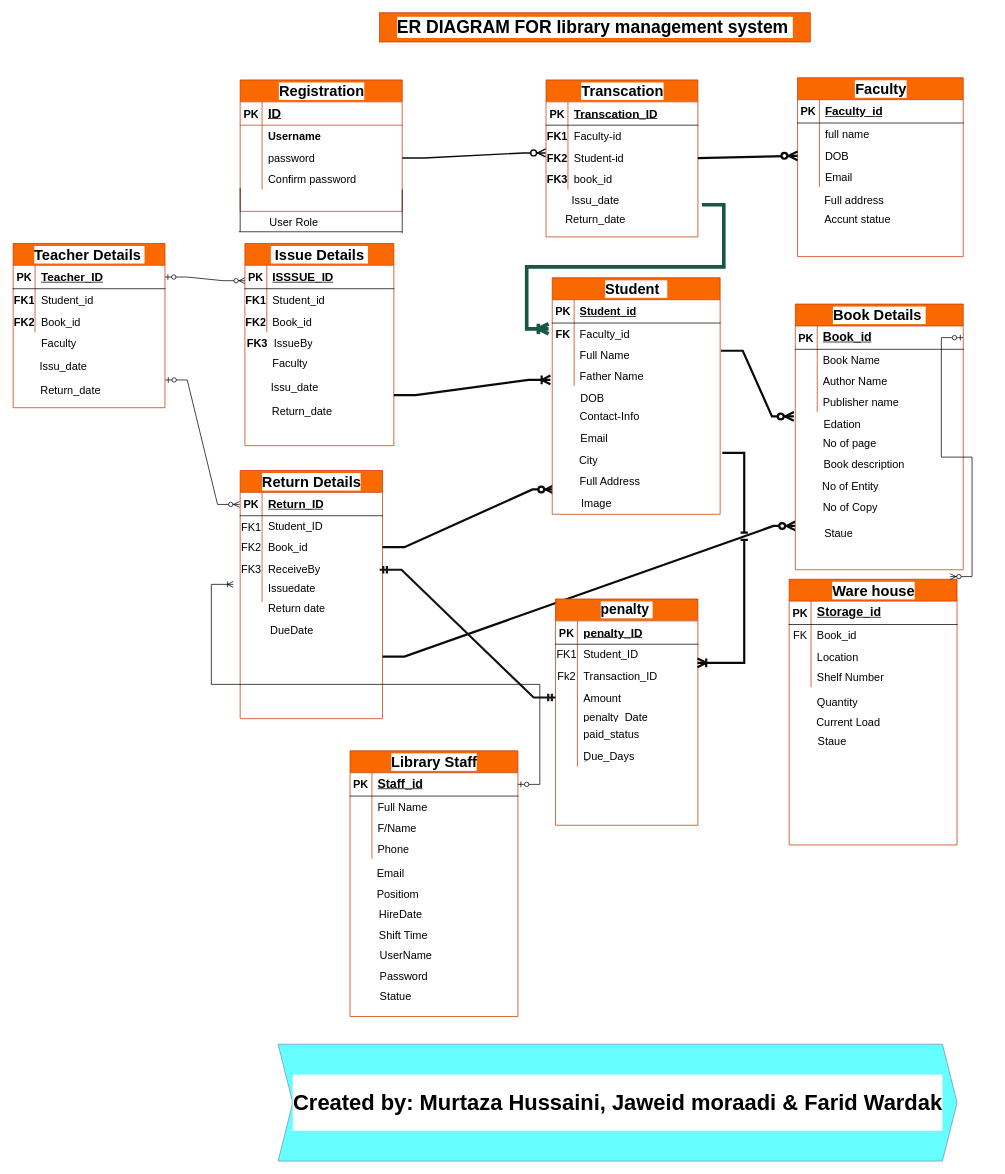
This is ER-Diagram-Library-management-System.drawio from hussaini021/Library_management, a draw.io file, before an edit. Source tidied: cells renumbered, new cells numbered last; positions are measured from the earlier drawing's top-left corner, leaving out a move shared by most shapes. Both pictures are drawn from the tidied source at 73%, with x=0, y=0 at pixel (12, 12).
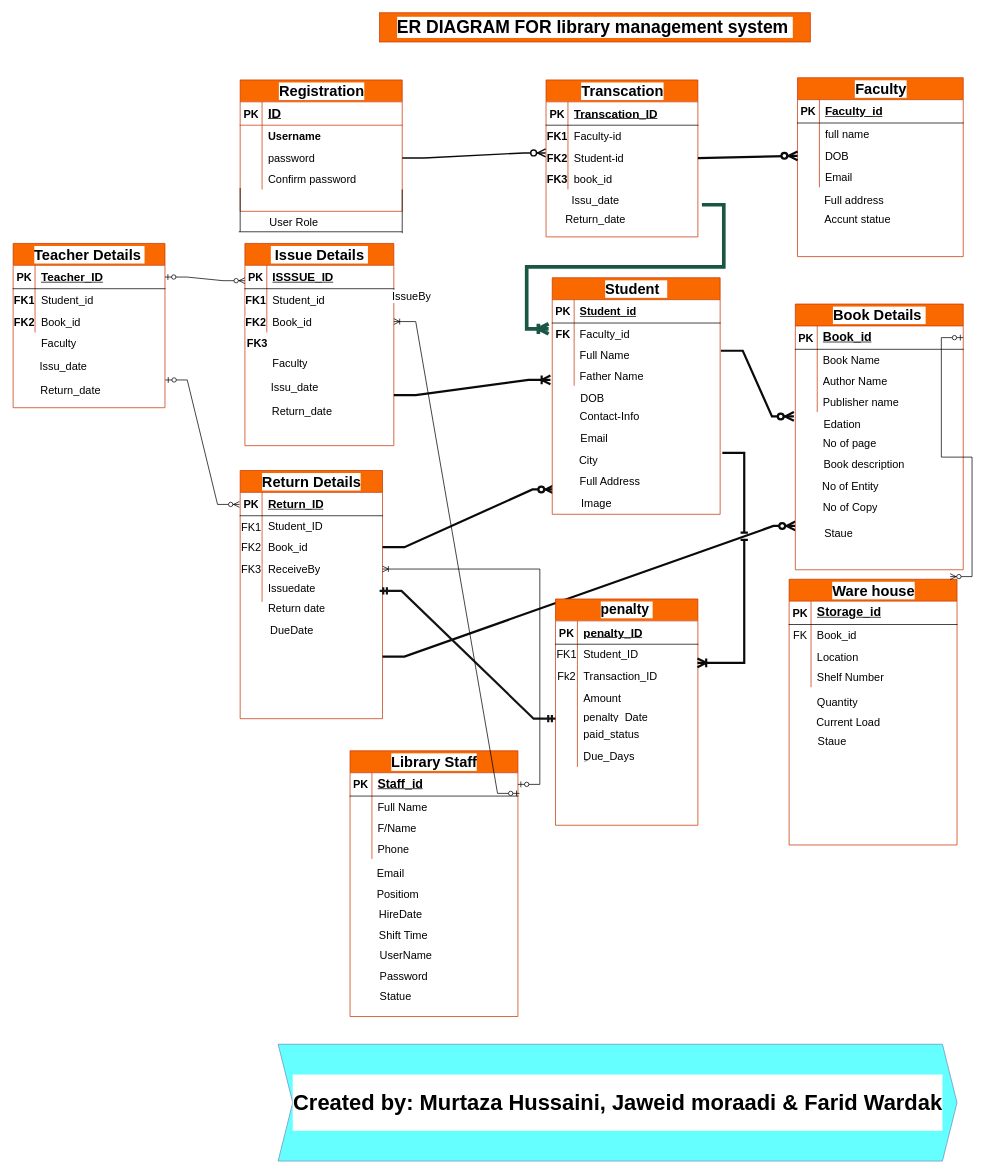
The same diagram, later.

Unchanged cells that the change refers to:
```xml
<mxCell id="63" style="shape=tableRow;horizontal=0;startSize=0;swimlaneHead=0;swimlaneBody=0;fillColor=none;points=[[0,0.5],[1,0.5]];portConstraint=eastwest;top=0;left=0;right=0;bottom=0;labelBackgroundColor=#FFFFFF;swimlaneFillColor=default;fontSize=15;" parent="53" vertex="1">
  <mxGeometry y="120" width="195" height="30" as="geometry" />
</mxCell>
<mxCell id="81" style="shape=tableRow;horizontal=0;startSize=0;swimlaneHead=0;swimlaneBody=0;fillColor=none;points=[[0,0.5],[1,0.5]];portConstraint=eastwest;top=0;left=0;right=0;bottom=0;labelBackgroundColor=#FFFFFF;fontSize=15;" parent="74" vertex="1">
  <mxGeometry y="92" width="204" height="30" as="geometry" />
</mxCell>
<mxCell id="142" style="shape=tableRow;horizontal=0;startSize=0;swimlaneHead=0;swimlaneBody=0;fillColor=none;points=[[0,0.5],[1,0.5]];portConstraint=eastwest;top=0;left=0;right=0;bottom=0;labelBackgroundColor=#FFFFFF;swimlaneFillColor=default;fontSize=15;" parent="132" vertex="1">
  <mxGeometry y="120" width="195" height="30" as="geometry" />
</mxCell>
<mxCell id="194" style="shape=tableRow;horizontal=0;startSize=0;swimlaneHead=0;swimlaneBody=0;fillColor=none;points=[[0,0.5],[1,0.5]];portConstraint=eastwest;top=0;left=0;right=0;bottom=1;labelBackgroundColor=#FFFFFF;fontSize=15;" parent="193" vertex="1">
  <mxGeometry y="30" width="230" height="32" as="geometry" />
</mxCell>
```

The edit, as a diff of the source:
```diff
@@
-    <mxCell id="154" style="edgeStyle=entityRelationEdgeStyle;fontSize=12;html=1;endArrow=ERmandOne;startArrow=ERmandOne;rounded=0;entryX=0;entryY=0.5;entryDx=0;entryDy=0;strokeWidth=3;strokeColor=light-dark(#151414, #FF9164);" parent="1" edge="1" target="142">
+    <mxCell id="154" style="edgeStyle=entityRelationEdgeStyle;fontSize=12;html=1;endArrow=ERmandOne;startArrow=ERmandOne;rounded=0;entryX=0;entryY=0.5;entryDx=0;entryDy=0;strokeWidth=3;strokeColor=light-dark(#151414, #FF9164);" parent="1" edge="1">
       <mxGeometry relative="1" as="geometry">
-        <mxPoint x="502.5" y="763" as="sourcePoint" />
+        <mxPoint x="502.5" y="792" as="sourcePoint" />
+        <mxPoint x="743.5" y="967" as="targetPoint" />
       </mxGeometry>
     </mxCell>
@@
     <mxCell id="190" value="IssueBy" style="shape=partialRectangle;fillColor=none;top=0;left=0;bottom=0;right=0;align=left;spacingLeft=6;overflow=hidden;whiteSpace=wrap;html=1;labelBackgroundColor=#FFFFFF;fontSize=15;" parent="1" vertex="1">
-      <mxGeometry x="350" y="437.5" width="178" height="30" as="geometry" />
+      <mxGeometry x="512" y="373" width="178" height="30" as="geometry" />
     </mxCell>
@@
-    <mxCell id="213" style="edgeStyle=entityRelationEdgeStyle;fontSize=12;html=1;endArrow=ERoneToMany;startArrow=ERzeroToOne;rounded=0;" parent="1" edge="1" source="194">
+    <mxCell id="213" style="edgeStyle=entityRelationEdgeStyle;fontSize=12;html=1;endArrow=ERoneToMany;startArrow=ERzeroToOne;rounded=0;" parent="1" edge="1" source="194" target="63">
       <mxGeometry relative="1" as="geometry">
-        <mxPoint x="302" y="783" as="targetPoint" />
+        <Array as="points">
+          <mxPoint x="292" y="913" />
+        </Array>
       </mxGeometry>
     </mxCell>
+    <mxCell id="214" style="edgeStyle=entityRelationEdgeStyle;fontSize=12;html=1;endArrow=ERoneToMany;startArrow=ERzeroToOne;rounded=0;exitX=1.009;exitY=0.885;exitDx=0;exitDy=0;exitPerimeter=0;entryX=1;entryY=0.5;entryDx=0;entryDy=0;" parent="1" edge="1" source="194" target="81">
+      <mxGeometry relative="1" as="geometry">
+        <Array as="points">
+          <mxPoint x="552" y="914" />
+        </Array>
+      </mxGeometry>
+    </mxCell>
```
